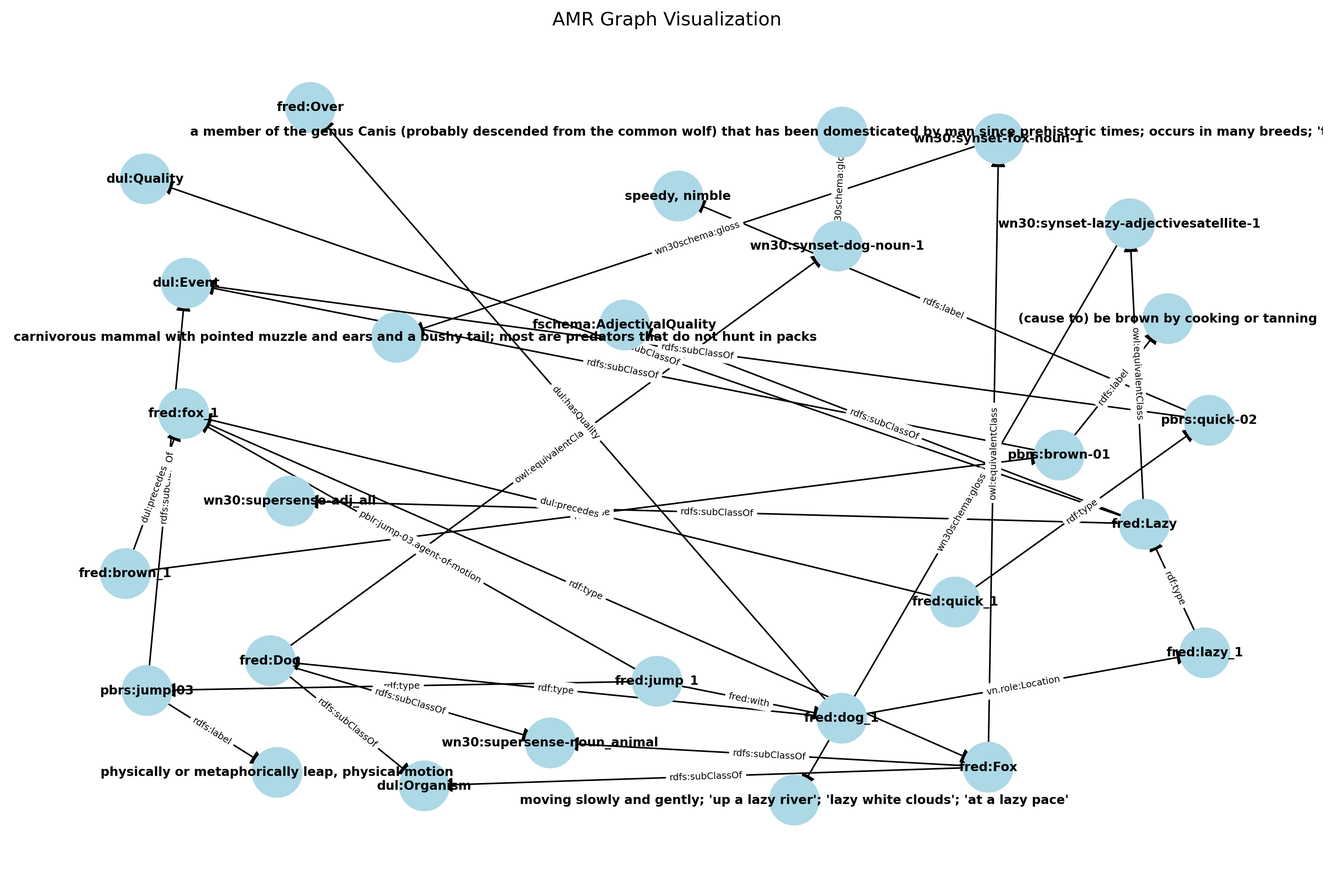
This is examples/check.png from infovillasimius/py_amr2fred, a Graphviz export, as it was before one commit. Its source is kept beside it as examples/check.dot.
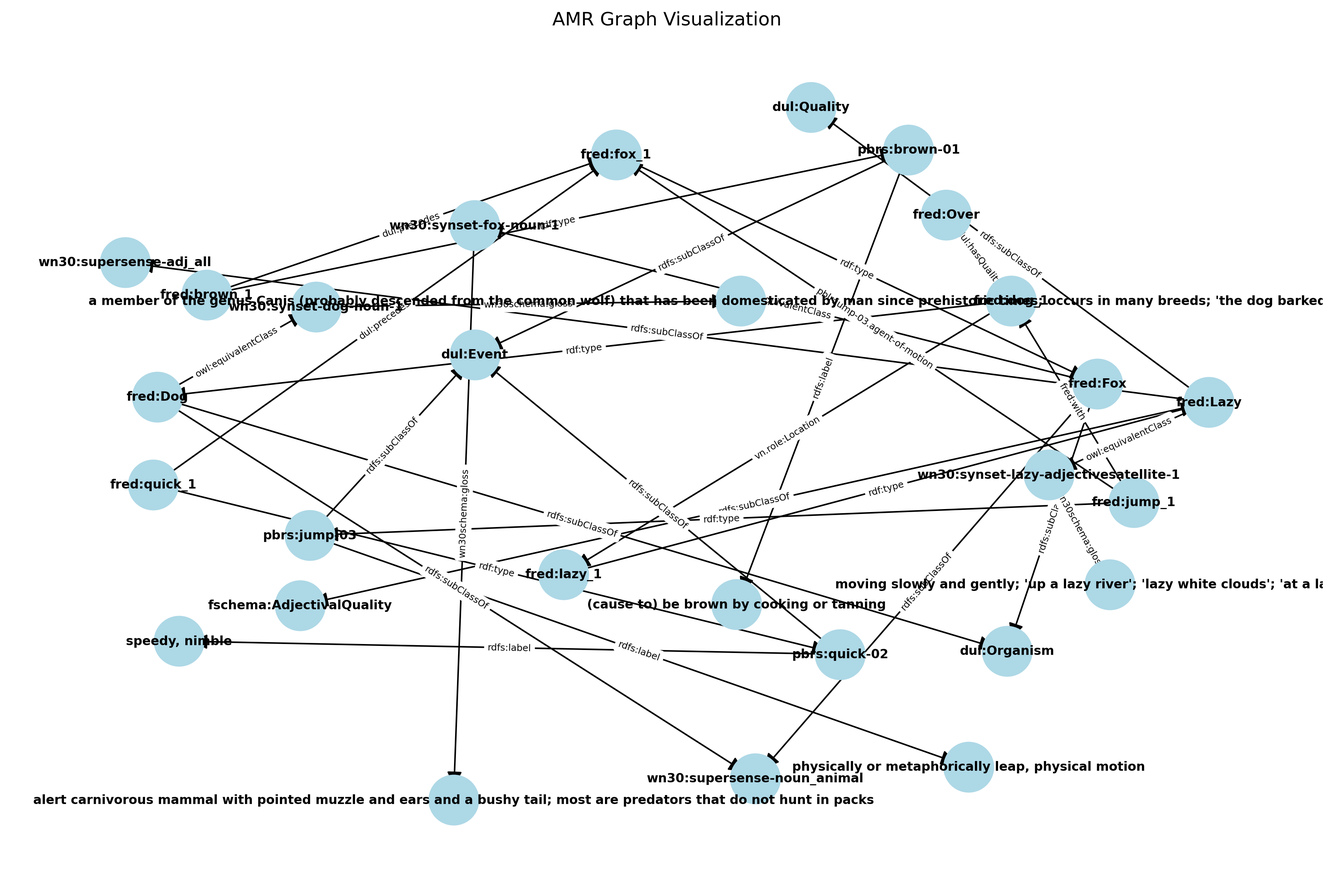
After the change.

Change to the diagram source:
```diff
@@ -1,30 +1,66 @@
-digraph {\n charset="utf-8" \n"fred:jump_1" [label="fred:jump_1", shape=box, color="0.5 0.3 0.5"];
+digraph {\n charset="utf-8" \n"fred:lazy_1" [label="fred:lazy_1", shape=box, color="0.5 0.3 0.5"];
+"fred:Lazy" [label="fred:Lazy", shape=box, color="0.5 0.3 0.5"];
+"fred:lazy_1" -> "fred:Lazy" [label="rdf:type"];
+"fred:jump_1" [label="fred:jump_1", shape=box, color="0.5 0.3 0.5"];
 "pbrs:jump-03" [label="pbrs:jump-03", shape=box, color="1.0 0.3 0.7"];
 "fred:jump_1" -> "pbrs:jump-03" [label="rdf:type"];
+"fred:Lazy" [label="fred:Lazy", shape=box, color="0.5 0.3 0.5"];
+"wn30:supersense-adj_all" [label="wn30:supersense-adj_all", shape=box, color="1.0 0.3 0.7"];
+"fred:Lazy" -> "wn30:supersense-adj_all" [label="rdfs:subClassOf"];
+"fred:Fox" [label="fred:Fox", shape=box, color="0.5 0.3 0.5"];
+"wn30:supersense-noun_animal" [label="wn30:supersense-noun_animal", shape=box, color="1.0 0.3 0.7"];
+"fred:Fox" -> "wn30:supersense-noun_animal" [label="rdfs:subClassOf"];
+"fred:Dog" [label="fred:Dog", shape=box, color="0.5 0.3 0.5"];
+"wn30:supersense-noun_animal" [label="wn30:supersense-noun_animal", shape=box, color="1.0 0.3 0.7"];
+"fred:Dog" -> "wn30:supersense-noun_animal" [label="rdfs:subClassOf"];
+"pbrs:quick-02" [label="pbrs:quick-02", shape=box, color="1.0 0.3 0.7"];
+"speedy, nimble" [label="speedy, nimble", shape=box, color="1.0 0.3 0.7"];
+"pbrs:quick-02" -> "speedy, nimble" [label="rdfs:label"];
+"fred:dog_1" [label="fred:dog_1", shape=box, color="0.5 0.3 0.5"];
+"fred:lazy_1" [label="fred:lazy_1", shape=box, color="0.5 0.3 0.5"];
+"fred:dog_1" -> "fred:lazy_1" [label="vn.role:Location"];
+"fred:Fox" [label="fred:Fox", shape=box, color="0.5 0.3 0.5"];
+"dul:Organism" [label="dul:Organism", shape=box, color="1.0 0.3 0.7"];
+"fred:Fox" -> "dul:Organism" [label="rdfs:subClassOf"];
 "pbrs:quick-02" [label="pbrs:quick-02", shape=box, color="1.0 0.3 0.7"];
 "dul:Event" [label="dul:Event", shape=box, color="1.0 0.3 0.7"];
 "pbrs:quick-02" -> "dul:Event" [label="rdfs:subClassOf"];
+"fred:dog_1" [label="fred:dog_1", shape=box, color="0.5 0.3 0.5"];
+"fred:Over" [label="fred:Over", shape=box, color="0.5 0.3 0.5"];
+"fred:dog_1" -> "fred:Over" [label="dul:hasQuality"];
+"wn30:synset-fox-noun-1" [label="wn30:synset-fox-noun-1", shape=box, color="1.0 0.3 0.7"];
+"alert carnivorous mammal with pointed muzzle and ears and a bushy tail; most are predators that do not hunt in packs" [label="alert carnivorous mammal with pointed muzzle and ears and a bushy tail; most are predators that do not hunt in packs", shape=box, color="1.0 0.3 0.7"];
+"wn30:synset-fox-noun-1" -> "alert carnivorous mammal with pointed muzzle and ears and a bushy tail; most are predators that do not hunt in packs" [label="wn30schema:gloss"];
 "fred:Dog" [label="fred:Dog", shape=box, color="0.5 0.3 0.5"];
 "dul:Organism" [label="dul:Organism", shape=box, color="1.0 0.3 0.7"];
 "fred:Dog" -> "dul:Organism" [label="rdfs:subClassOf"];
-"fred:Lazy" [label="fred:Lazy", shape=box, color="0.5 0.3 0.5"];
-"dul:Quality" [label="dul:Quality", shape=box, color="1.0 0.3 0.7"];
-"fred:Lazy" -> "dul:Quality" [label="rdfs:subClassOf"];
-"fred:brown_1" [label="fred:brown_1", shape=box, color="0.5 0.3 0.5"];
-"pbrs:brown-01" [label="pbrs:brown-01", shape=box, color="1.0 0.3 0.7"];
-"fred:brown_1" -> "pbrs:brown-01" [label="rdf:type"];
-"fred:Fox" [label="fred:Fox", shape=box, color="0.5 0.3 0.5"];
-"wn30:supersense-noun_animal" [label="wn30:supersense-noun_animal", shape=box, color="1.0 0.3 0.7"];
-"fred:Fox" -> "wn30:supersense-noun_animal" [label="rdfs:subClassOf"];
-"fred:Lazy" [label="fred:Lazy", shape=box, color="0.5 0.3 0.5"];
-"wn30:supersense-adj_all" [label="wn30:supersense-adj_all", shape=box, color="1.0 0.3 0.7"];
-"fred:Lazy" -> "wn30:supersense-adj_all" [label="rdfs:subClassOf"];
-"fred:jump_1" [label="fred:jump_1", shape=box, color="0.5 0.3 0.5"];
-"fred:fox_1" [label="fred:fox_1", shape=box, color="0.5 0.3 0.5"];
-"fred:jump_1" -> "fred:fox_1" [label="pblr:jump-03.agent-of-motion"];
 "fred:dog_1" [label="fred:dog_1", shape=box, color="0.5 0.3 0.5"];
 "fred:Dog" [label="fred:Dog", shape=box, color="0.5 0.3 0.5"];
 "fred:dog_1" -> "fred:Dog" [label="rdf:type"];
+"wn30:synset-lazy-adjectivesatellite-1" [label="wn30:synset-lazy-adjectivesatellite-1", shape=box, color="1.0 0.3 0.7"];
+"moving slowly and gently; 'up a lazy river'; 'lazy white clouds'; 'at a lazy pace'" [label="moving slowly and gently; 'up a lazy river'; 'lazy white clouds'; 'at a lazy pace'", shape=box, color="1.0 0.3 0.7"];
+"wn30:synset-lazy-adjectivesatellite-1" -> "moving slowly and gently; 'up a lazy river'; 'lazy white clouds'; 'at a lazy pace'" [label="wn30schema:gloss"];
+"pbrs:jump-03" [label="pbrs:jump-03", shape=box, color="1.0 0.3 0.7"];
+"dul:Event" [label="dul:Event", shape=box, color="1.0 0.3 0.7"];
+"pbrs:jump-03" -> "dul:Event" [label="rdfs:subClassOf"];
+"fred:Fox" [label="fred:Fox", shape=box, color="0.5 0.3 0.5"];
+"wn30:synset-fox-noun-1" [label="wn30:synset-fox-noun-1", shape=box, color="1.0 0.3 0.7"];
+"fred:Fox" -> "wn30:synset-fox-noun-1" [label="owl:equivalentClass"];
+"fred:jump_1" [label="fred:jump_1", shape=box, color="0.5 0.3 0.5"];
+"fred:dog_1" [label="fred:dog_1", shape=box, color="0.5 0.3 0.5"];
+"fred:jump_1" -> "fred:dog_1" [label="fred:with"];
+"fred:Lazy" [label="fred:Lazy", shape=box, color="0.5 0.3 0.5"];
+"fschema:AdjectivalQuality" [label="fschema:AdjectivalQuality", shape=box, color="1.0 0.3 0.7"];
+"fred:Lazy" -> "fschema:AdjectivalQuality" [label="rdfs:subClassOf"];
+"pbrs:brown-01" [label="pbrs:brown-01", shape=box, color="1.0 0.3 0.7"];
+"(cause to) be brown by cooking or tanning" [label="(cause to) be brown by cooking or tanning", shape=box, color="1.0 0.3 0.7"];
+"pbrs:brown-01" -> "(cause to) be brown by cooking or tanning" [label="rdfs:label"];
+"fred:Lazy" [label="fred:Lazy", shape=box, color="0.5 0.3 0.5"];
+"wn30:synset-lazy-adjectivesatellite-1" [label="wn30:synset-lazy-adjectivesatellite-1", shape=box, color="1.0 0.3 0.7"];
+"fred:Lazy" -> "wn30:synset-lazy-adjectivesatellite-1" [label="owl:equivalentClass"];
+"pbrs:brown-01" [label="pbrs:brown-01", shape=box, color="1.0 0.3 0.7"];
+"dul:Event" [label="dul:Event", shape=box, color="1.0 0.3 0.7"];
+"pbrs:brown-01" -> "dul:Event" [label="rdfs:subClassOf"];
 "fred:quick_1" [label="fred:quick_1", shape=box, color="0.5 0.3 0.5"];
 "fred:fox_1" [label="fred:fox_1", shape=box, color="0.5 0.3 0.5"];
 "fred:quick_1" -> "fred:fox_1" [label="dul:precedes"];
@@ -32,63 +68,27 @@
 "fred:fox_1" [label="fred:fox_1", shape=box, color="0.5 0.3 0.5"];
 "fred:brown_1" -> "fred:fox_1" [label="dul:precedes"];
 "fred:Lazy" [label="fred:Lazy", shape=box, color="0.5 0.3 0.5"];
-"wn30:synset-lazy-adjectivesatellite-1" [label="wn30:synset-lazy-adjectivesatellite-1", shape=box, color="1.0 0.3 0.7"];
-"fred:Lazy" -> "wn30:synset-lazy-adjectivesatellite-1" [label="owl:equivalentClass"];
-"fred:Dog" [label="fred:Dog", shape=box, color="0.5 0.3 0.5"];
-"wn30:synset-dog-noun-1" [label="wn30:synset-dog-noun-1", shape=box, color="1.0 0.3 0.7"];
-"fred:Dog" -> "wn30:synset-dog-noun-1" [label="owl:equivalentClass"];
-"pbrs:brown-01" [label="pbrs:brown-01", shape=box, color="1.0 0.3 0.7"];
-"(cause to) be brown by cooking or tanning" [label="(cause to) be brown by cooking or tanning", shape=box, color="1.0 0.3 0.7"];
-"pbrs:brown-01" -> "(cause to) be brown by cooking or tanning" [label="rdfs:label"];
-"pbrs:brown-01" [label="pbrs:brown-01", shape=box, color="1.0 0.3 0.7"];
-"dul:Event" [label="dul:Event", shape=box, color="1.0 0.3 0.7"];
-"pbrs:brown-01" -> "dul:Event" [label="rdfs:subClassOf"];
-"fred:dog_1" [label="fred:dog_1", shape=box, color="0.5 0.3 0.5"];
-"fred:Over" [label="fred:Over", shape=box, color="0.5 0.3 0.5"];
-"fred:dog_1" -> "fred:Over" [label="dul:hasQuality"];
-"fred:dog_1" [label="fred:dog_1", shape=box, color="0.5 0.3 0.5"];
-"fred:lazy_1" [label="fred:lazy_1", shape=box, color="0.5 0.3 0.5"];
-"fred:dog_1" -> "fred:lazy_1" [label="vn.role:Location"];
-"pbrs:quick-02" [label="pbrs:quick-02", shape=box, color="1.0 0.3 0.7"];
-"speedy, nimble" [label="speedy, nimble", shape=box, color="1.0 0.3 0.7"];
-"pbrs:quick-02" -> "speedy, nimble" [label="rdfs:label"];
-"fred:Fox" [label="fred:Fox", shape=box, color="0.5 0.3 0.5"];
-"dul:Organism" [label="dul:Organism", shape=box, color="1.0 0.3 0.7"];
-"fred:Fox" -> "dul:Organism" [label="rdfs:subClassOf"];
-"fred:fox_1" [label="fred:fox_1", shape=box, color="0.5 0.3 0.5"];
-"fred:Fox" [label="fred:Fox", shape=box, color="0.5 0.3 0.5"];
-"fred:fox_1" -> "fred:Fox" [label="rdf:type"];
-"fred:Fox" [label="fred:Fox", shape=box, color="0.5 0.3 0.5"];
-"wn30:synset-fox-noun-1" [label="wn30:synset-fox-noun-1", shape=box, color="1.0 0.3 0.7"];
-"fred:Fox" -> "wn30:synset-fox-noun-1" [label="owl:equivalentClass"];
-"fred:jump_1" [label="fred:jump_1", shape=box, color="0.5 0.3 0.5"];
-"fred:dog_1" [label="fred:dog_1", shape=box, color="0.5 0.3 0.5"];
-"fred:jump_1" -> "fred:dog_1" [label="fred:with"];
-"pbrs:jump-03" [label="pbrs:jump-03", shape=box, color="1.0 0.3 0.7"];
-"dul:Event" [label="dul:Event", shape=box, color="1.0 0.3 0.7"];
-"pbrs:jump-03" -> "dul:Event" [label="rdfs:subClassOf"];
-"fred:Dog" [label="fred:Dog", shape=box, color="0.5 0.3 0.5"];
-"wn30:supersense-noun_animal" [label="wn30:supersense-noun_animal", shape=box, color="1.0 0.3 0.7"];
-"fred:Dog" -> "wn30:supersense-noun_animal" [label="rdfs:subClassOf"];
-"wn30:synset-dog-noun-1" [label="wn30:synset-dog-noun-1", shape=box, color="1.0 0.3 0.7"];
-"a member of the genus Canis (probably descended from the common wolf) that has been domesticated by man since prehistoric times; occurs in many breeds; 'the dog barked all night'" [label="a member of the genus Canis (probably descended from the common wolf) that has been domesticated by man since prehistoric times; occurs in many breeds; 'the dog barked all night'", shape=box, color="1.0 0.3 0.7"];
-"wn30:synset-dog-noun-1" -> "a member of the genus Canis (probably descended from the common wolf) that has been domesticated by man since prehistoric times; occurs in many breeds; 'the dog barked all night'" [label="wn30schema:gloss"];
+"dul:Quality" [label="dul:Quality", shape=box, color="1.0 0.3 0.7"];
+"fred:Lazy" -> "dul:Quality" [label="rdfs:subClassOf"];
 "fred:quick_1" [label="fred:quick_1", shape=box, color="0.5 0.3 0.5"];
 "pbrs:quick-02" [label="pbrs:quick-02", shape=box, color="1.0 0.3 0.7"];
 "fred:quick_1" -> "pbrs:quick-02" [label="rdf:type"];
 "pbrs:jump-03" [label="pbrs:jump-03", shape=box, color="1.0 0.3 0.7"];
 "physically or metaphorically leap, physical motion" [label="physically or metaphorically leap, physical motion", shape=box, color="1.0 0.3 0.7"];
 "pbrs:jump-03" -> "physically or metaphorically leap, physical motion" [label="rdfs:label"];
-"wn30:synset-fox-noun-1" [label="wn30:synset-fox-noun-1", shape=box, color="1.0 0.3 0.7"];
-"alert carnivorous mammal with pointed muzzle and ears and a bushy tail; most are predators that do not hunt in packs" [label="alert carnivorous mammal with pointed muzzle and ears and a bushy tail; most are predators that do not hunt in packs", shape=box, color="1.0 0.3 0.7"];
-"wn30:synset-fox-noun-1" -> "alert carnivorous mammal with pointed muzzle and ears and a bushy tail; most are predators that do not hunt in packs" [label="wn30schema:gloss"];
-"fred:Lazy" [label="fred:Lazy", shape=box, color="0.5 0.3 0.5"];
-"fschema:AdjectivalQuality" [label="fschema:AdjectivalQuality", shape=box, color="1.0 0.3 0.7"];
-"fred:Lazy" -> "fschema:AdjectivalQuality" [label="rdfs:subClassOf"];
-"wn30:synset-lazy-adjectivesatellite-1" [label="wn30:synset-lazy-adjectivesatellite-1", shape=box, color="1.0 0.3 0.7"];
-"moving slowly and gently; 'up a lazy river'; 'lazy white clouds'; 'at a lazy pace'" [label="moving slowly and gently; 'up a lazy river'; 'lazy white clouds'; 'at a lazy pace'", shape=box, color="1.0 0.3 0.7"];
-"wn30:synset-lazy-adjectivesatellite-1" -> "moving slowly and gently; 'up a lazy river'; 'lazy white clouds'; 'at a lazy pace'" [label="wn30schema:gloss"];
-"fred:lazy_1" [label="fred:lazy_1", shape=box, color="0.5 0.3 0.5"];
-"fred:Lazy" [label="fred:Lazy", shape=box, color="0.5 0.3 0.5"];
-"fred:lazy_1" -> "fred:Lazy" [label="rdf:type"];
+"wn30:synset-dog-noun-1" [label="wn30:synset-dog-noun-1", shape=box, color="1.0 0.3 0.7"];
+"a member of the genus Canis (probably descended from the common wolf) that has been domesticated by man since prehistoric times; occurs in many breeds; 'the dog barked all night'" [label="a member of the genus Canis (probably descended from the common wolf) that has been domesticated by man since prehistoric times; occurs in many breeds; 'the dog barked all night'", shape=box, color="1.0 0.3 0.7"];
+"wn30:synset-dog-noun-1" -> "a member of the genus Canis (probably descended from the common wolf) that has been domesticated by man since prehistoric times; occurs in many breeds; 'the dog barked all night'" [label="wn30schema:gloss"];
+"fred:jump_1" [label="fred:jump_1", shape=box, color="0.5 0.3 0.5"];
+"fred:fox_1" [label="fred:fox_1", shape=box, color="0.5 0.3 0.5"];
+"fred:jump_1" -> "fred:fox_1" [label="pblr:jump-03.agent-of-motion"];
+"fred:fox_1" [label="fred:fox_1", shape=box, color="0.5 0.3 0.5"];
+"fred:Fox" [label="fred:Fox", shape=box, color="0.5 0.3 0.5"];
+"fred:fox_1" -> "fred:Fox" [label="rdf:type"];
+"fred:Dog" [label="fred:Dog", shape=box, color="0.5 0.3 0.5"];
+"wn30:synset-dog-noun-1" [label="wn30:synset-dog-noun-1", shape=box, color="1.0 0.3 0.7"];
+"fred:Dog" -> "wn30:synset-dog-noun-1" [label="owl:equivalentClass"];
+"fred:brown_1" [label="fred:brown_1", shape=box, color="0.5 0.3 0.5"];
+"pbrs:brown-01" [label="pbrs:brown-01", shape=box, color="1.0 0.3 0.7"];
+"fred:brown_1" -> "pbrs:brown-01" [label="rdf:type"];
 }
```
